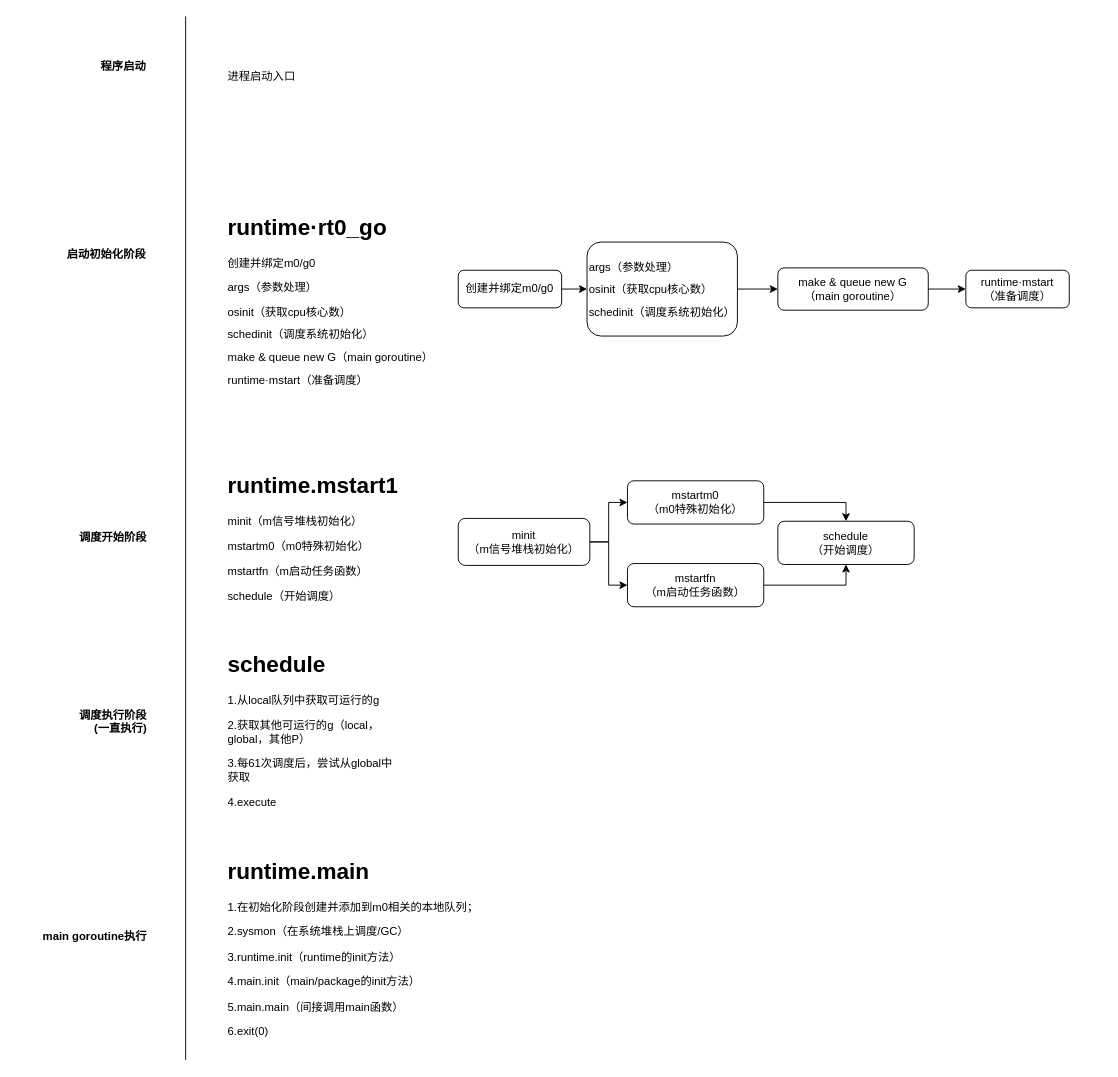
Above: golang调度.drawio in Aavon/doc_drawio (draw.io), before the change. Source tidied: cells renumbered, new cells numbered last; positions are measured from the earlier drawing's top-left corner, leaving out a move shared by most shapes. Both pictures are drawn from the tidied source at 94%, with x=0, y=0 at pixel (16, 16).
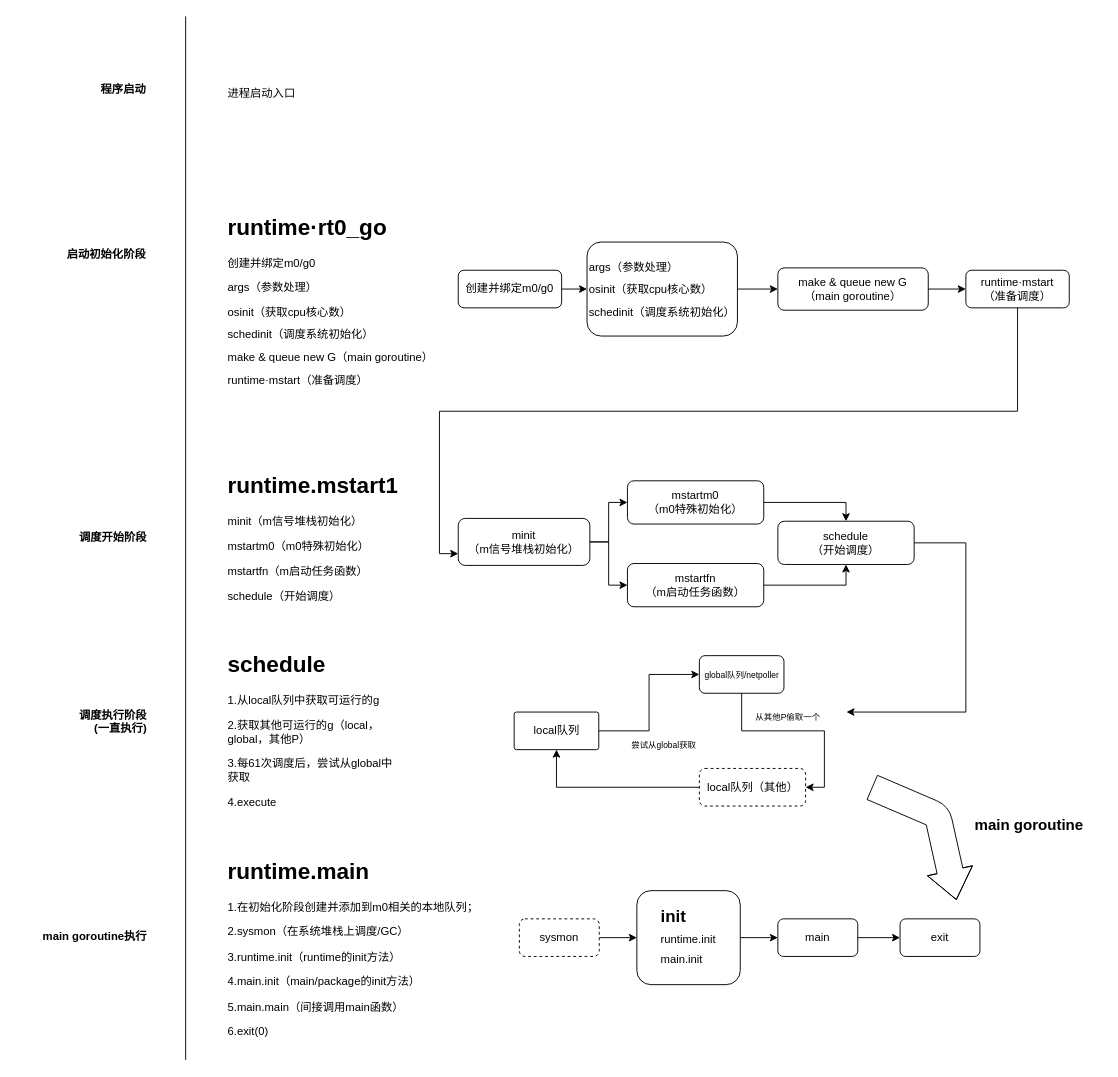
The same diagram, later.

The change refers to these unchanged cells:
```xml
<mxCell id="19" value="&lt;span style=&quot;text-align: left&quot;&gt;runtime·mstart&lt;br&gt;（准备调度）&lt;/span&gt;" style="rounded=1;whiteSpace=wrap;html=1;" parent="13" vertex="1">
  <mxGeometry x="540" y="30" width="110" height="40" as="geometry" />
</mxCell>
<mxCell id="23" value="&lt;span style=&quot;text-align: left&quot;&gt;minit&lt;br&gt;（m信号堆栈初始化）&lt;/span&gt;" style="rounded=1;whiteSpace=wrap;html=1;" parent="1" vertex="1">
  <mxGeometry x="470" y="534" width="140" height="50" as="geometry" />
</mxCell>
<mxCell id="28" value="&lt;span style=&quot;text-align: left&quot;&gt;schedule&lt;br&gt;（开始调度）&lt;/span&gt;" style="rounded=1;whiteSpace=wrap;html=1;" parent="1" vertex="1">
  <mxGeometry x="810" y="537" width="145" height="46" as="geometry" />
</mxCell>
```

The edit, as a diff of the source:
```diff
@@
     <mxCell id="2" value="&lt;h1&gt;&lt;span style=&quot;font-size: 12px ; font-weight: normal&quot;&gt;进程启动入口&lt;/span&gt;&lt;br&gt;&lt;/h1&gt;" style="text;html=1;strokeColor=none;fillColor=none;spacing=5;spacingTop=-20;whiteSpace=wrap;overflow=hidden;rounded=0;" parent="1" vertex="1">
-      <mxGeometry x="220" y="40" width="150" height="40" as="geometry" />
+      <mxGeometry x="220" y="57.5" width="150" height="40" as="geometry" />
     </mxCell>
@@
     <mxCell id="12" value="&lt;b&gt;程序启动&lt;/b&gt;" style="text;html=1;strokeColor=none;fillColor=none;align=right;verticalAlign=middle;whiteSpace=wrap;rounded=0;" parent="1" vertex="1">
-      <mxGeometry y="40" width="140" height="25" as="geometry" />
+      <mxGeometry y="65" width="140" height="25" as="geometry" />
     </mxCell>
@@
+    <mxCell id="29" style="edgeStyle=orthogonalEdgeStyle;rounded=0;jettySize=auto;html=1;" parent="1" edge="1" source="28">
+      <mxGeometry relative="1" as="geometry">
+        <mxPoint x="883" y="740" as="targetPoint" />
+        <Array as="points">
+          <mxPoint x="1010" y="560" />
+          <mxPoint x="1010" y="740" />
+          <mxPoint x="890" y="740" />
+        </Array>
+      </mxGeometry>
+    </mxCell>
@@
+    <mxCell id="30" style="edgeStyle=orthogonalEdgeStyle;rounded=0;jettySize=auto;html=1;entryX=0;entryY=0.75;entryDx=0;entryDy=0;" parent="1" edge="1" source="19" target="23">
+      <mxGeometry relative="1" as="geometry">
+        <Array as="points">
+          <mxPoint x="1065" y="420" />
+          <mxPoint x="450" y="420" />
+          <mxPoint x="450" y="572" />
+        </Array>
+      </mxGeometry>
+    </mxCell>
+    <mxCell id="31" style="group;" parent="1" vertex="1">
+      <mxGeometry x="529.5" y="680" width="340.5" height="160" as="geometry" />
+    </mxCell>
+    <mxCell id="32" value="&lt;div style=&quot;text-align: left&quot;&gt;local队列&lt;/div&gt;" style="rounded=1;whiteSpace=wrap;html=1;arcSize=6;" parent="31" vertex="1">
+      <mxGeometry y="60" width="90" height="40" as="geometry" />
+    </mxCell>
+    <mxCell id="33" value="&lt;div style=&quot;text-align: left&quot;&gt;&lt;font style=&quot;font-size: 9px&quot;&gt;global队列/netpoller&lt;/font&gt;&lt;/div&gt;" style="rounded=1;whiteSpace=wrap;html=1;" parent="31" vertex="1">
+      <mxGeometry x="197" width="90" height="40" as="geometry" />
+    </mxCell>
+    <mxCell id="34" style="edgeStyle=orthogonalEdgeStyle;rounded=0;jettySize=auto;html=1;entryX=0;entryY=0.5;entryDx=0;entryDy=0;" parent="31" edge="1" source="32" target="33">
+      <mxGeometry relative="1" as="geometry" />
+    </mxCell>
+    <mxCell id="35" style="edgeStyle=orthogonalEdgeStyle;rounded=0;jettySize=auto;html=1;entryX=0.5;entryY=1;entryDx=0;entryDy=0;" parent="31" edge="1" source="36" target="32">
+      <mxGeometry relative="1" as="geometry" />
+    </mxCell>
+    <mxCell id="36" value="&lt;div style=&quot;text-align: left&quot;&gt;local队列（其他）&lt;/div&gt;" style="rounded=1;whiteSpace=wrap;html=1;dashed=1;" parent="31" vertex="1">
+      <mxGeometry x="197" y="120" width="113" height="40" as="geometry" />
+    </mxCell>
+    <mxCell id="37" style="edgeStyle=orthogonalEdgeStyle;rounded=0;jettySize=auto;html=1;entryX=1;entryY=0.5;entryDx=0;entryDy=0;" parent="31" edge="1" source="33" target="36">
+      <mxGeometry relative="1" as="geometry" />
+    </mxCell>
+    <mxCell id="38" value="&lt;font style=&quot;font-size: 9px&quot;&gt;尝试从global获取&lt;/font&gt;" style="text;html=1;strokeColor=none;fillColor=none;align=center;verticalAlign=middle;whiteSpace=wrap;rounded=0;dashed=1;" parent="31" vertex="1">
+      <mxGeometry x="119.5" y="80" width="80" height="30" as="geometry" />
+    </mxCell>
+    <mxCell id="39" value="&lt;font style=&quot;font-size: 9px&quot;&gt;从其他P偷取一个&lt;/font&gt;" style="text;html=1;strokeColor=none;fillColor=none;align=center;verticalAlign=middle;whiteSpace=wrap;rounded=0;dashed=1;" parent="31" vertex="1">
+      <mxGeometry x="242.5" y="50" width="98" height="30" as="geometry" />
+    </mxCell>
+    <mxCell id="40" style="edgeStyle=orthogonalEdgeStyle;rounded=0;jettySize=auto;html=1;entryX=0;entryY=0.5;entryDx=0;entryDy=0;" parent="1" edge="1" source="41" target="43">
+      <mxGeometry relative="1" as="geometry" />
+    </mxCell>
+    <mxCell id="41" value="&lt;div style=&quot;text-align: left&quot;&gt;sysmon&lt;/div&gt;" style="rounded=1;whiteSpace=wrap;html=1;dashed=1;" parent="1" vertex="1">
+      <mxGeometry x="535" y="960" width="85" height="40" as="geometry" />
+    </mxCell>
+    <mxCell id="42" style="edgeStyle=orthogonalEdgeStyle;rounded=0;jettySize=auto;html=1;entryX=0;entryY=0.5;entryDx=0;entryDy=0;" parent="1" edge="1" source="43" target="45">
+      <mxGeometry relative="1" as="geometry" />
+    </mxCell>
+    <mxCell id="43" value="&lt;div style=&quot;text-align: left ; font-size: 18px&quot;&gt;&lt;b&gt;&lt;font style=&quot;font-size: 18px&quot;&gt;init&lt;/font&gt;&lt;/b&gt;&lt;/div&gt;&lt;div style=&quot;text-align: left ; font-size: 18px&quot;&gt;&lt;span style=&quot;font-size: 12px&quot;&gt;runtime.init&lt;/span&gt;&lt;b&gt;&lt;font style=&quot;font-size: 18px&quot;&gt;&lt;br&gt;&lt;/font&gt;&lt;/b&gt;&lt;/div&gt;&lt;div style=&quot;text-align: left ; font-size: 18px&quot;&gt;&lt;span style=&quot;font-size: 12px&quot;&gt;main.init&lt;/span&gt;&lt;/div&gt;" style="rounded=1;whiteSpace=wrap;html=1;" parent="1" vertex="1">
+      <mxGeometry x="660" y="930" width="110" height="100" as="geometry" />
+    </mxCell>
+    <mxCell id="44" style="edgeStyle=orthogonalEdgeStyle;rounded=0;jettySize=auto;html=1;entryX=0;entryY=0.5;entryDx=0;entryDy=0;" parent="1" edge="1" source="45" target="46">
+      <mxGeometry relative="1" as="geometry" />
+    </mxCell>
+    <mxCell id="45" value="&lt;div style=&quot;text-align: left&quot;&gt;main&lt;/div&gt;" style="rounded=1;whiteSpace=wrap;html=1;" parent="1" vertex="1">
+      <mxGeometry x="810" y="960" width="85" height="40" as="geometry" />
+    </mxCell>
+    <mxCell id="46" value="&lt;div style=&quot;text-align: left&quot;&gt;exit&lt;/div&gt;" style="rounded=1;whiteSpace=wrap;html=1;" parent="1" vertex="1">
+      <mxGeometry x="940" y="960" width="85" height="40" as="geometry" />
+    </mxCell>
+    <mxCell id="47" style="shape=flexArrow;endArrow=classic;html=1;width=28;endSize=10.13;" parent="1" edge="1">
+      <mxGeometry relative="1" as="geometry">
+        <mxPoint x="910" y="820" as="sourcePoint" />
+        <mxPoint x="1000" y="940" as="targetPoint" />
+        <Array as="points">
+          <mxPoint x="980" y="850" />
+        </Array>
+      </mxGeometry>
+    </mxCell>
+    <mxCell id="48" value="&lt;font style=&quot;font-size: 16px&quot;&gt;&lt;b&gt;main goroutine&lt;/b&gt;&lt;/font&gt;" style="text;html=1;strokeColor=none;fillColor=none;align=center;verticalAlign=middle;whiteSpace=wrap;rounded=0;dashed=1;" parent="1" vertex="1">
+      <mxGeometry x="1000" y="850" width="155" height="20" as="geometry" />
+    </mxCell>
```
